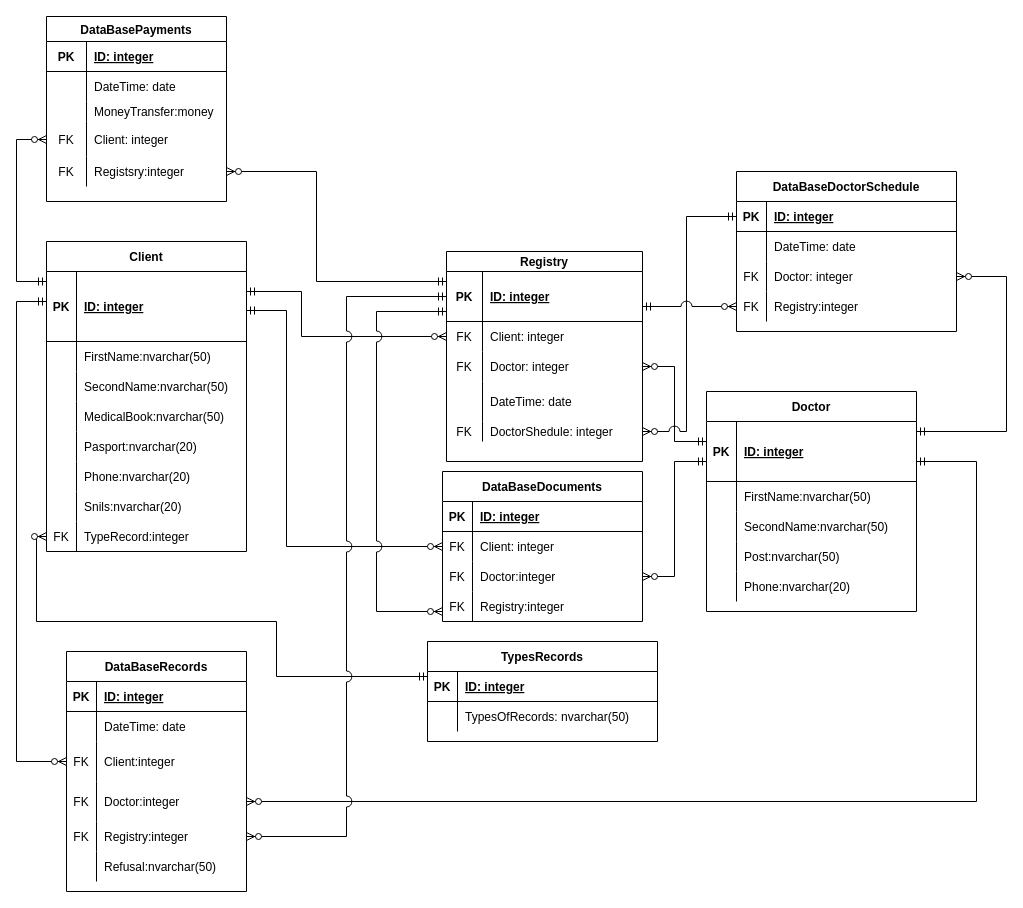
The draw.io diagram page "Страница 3" (3 of 3) of diagram.drawio in vlvsk/TechnologiiProg, before the edit. Source tidied: cells renumbered, new cells numbered last; positions are measured from the earlier drawing's top-left corner, leaving out a move shared by most shapes. Both pictures are drawn from the tidied source at 100%, with x=0, y=0 at pixel (16, 16).
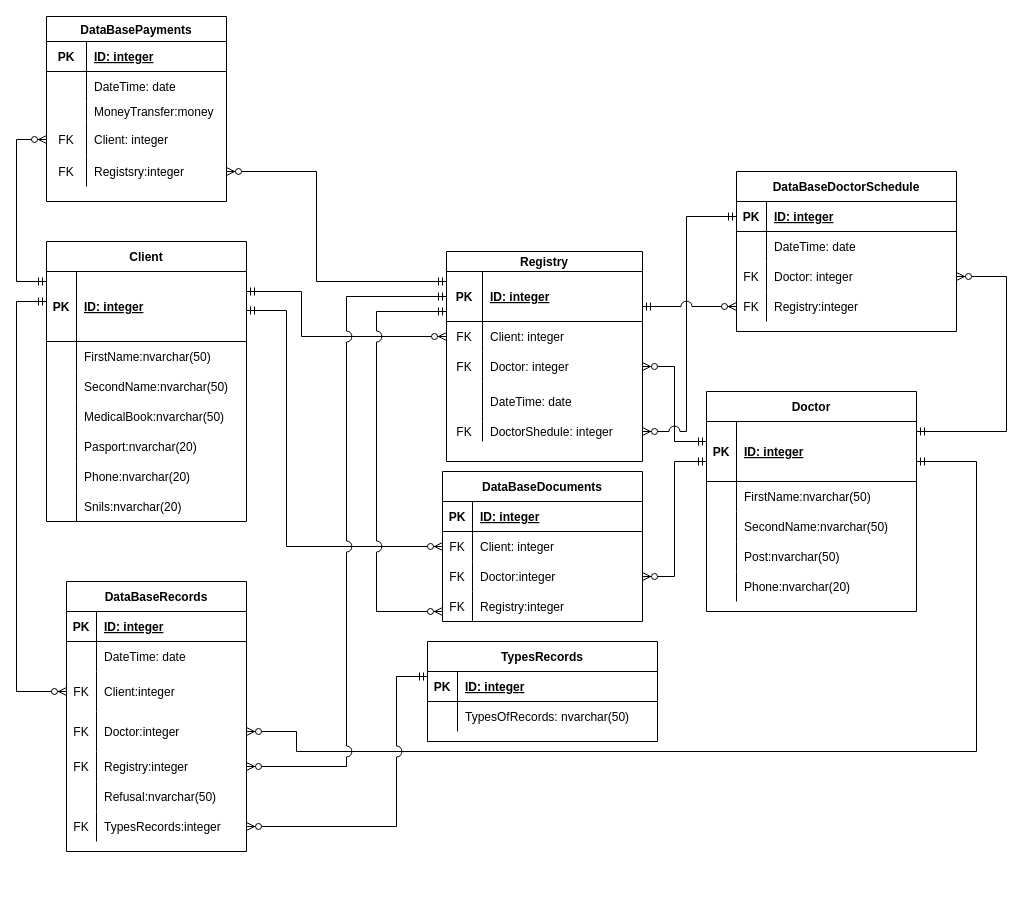
The same page after the edit.

Unchanged cells that the change refers to:
```xml
<mxCell id="3" style="shape=partialRectangle;fillColor=none;top=0;left=0;bottom=1;right=0;points=[[0,0.5],[1,0.5]];portConstraint=eastwest;" parent="2" vertex="1">
  <mxGeometry y="30" width="200" height="70" as="geometry" />
</mxCell>
<mxCell id="44" style="shape=partialRectangle;fillColor=none;top=0;left=0;bottom=1;right=0;points=[[0,0.5],[1,0.5]];portConstraint=eastwest;" parent="43" vertex="1">
  <mxGeometry y="30" width="210" height="60" as="geometry" />
</mxCell>
<mxCell id="66" style="shape=partialRectangle;fillColor=none;top=0;left=0;bottom=0;right=0;points=[[0,0.5],[1,0.5]];portConstraint=eastwest;" parent="59" vertex="1">
  <mxGeometry y="90" width="180" height="40" as="geometry" />
</mxCell>
<mxCell id="69" style="shape=partialRectangle;fillColor=none;top=0;left=0;bottom=0;right=0;points=[[0,0.5],[1,0.5]];portConstraint=eastwest;" parent="59" vertex="1">
  <mxGeometry y="130" width="180" height="40" as="geometry" />
</mxCell>
<mxCell id="121" style="shape=partialRectangle;fillColor=none;top=0;left=0;bottom=1;right=0;points=[[0,0.5],[1,0.5]];portConstraint=eastwest;" parent="120" vertex="1">
  <mxGeometry y="30" width="230" height="30" as="geometry" />
</mxCell>
```

Change to the diagram source:
```diff
@@
     <mxCell id="2" value="Client" style="shape=table;startSize=30;childLayout=tableLayout;rowLines=0;fontStyle=1;align=center;" parent="1" vertex="1">
-      <mxGeometry x="30" y="225" width="200" height="310" as="geometry" />
+      <mxGeometry x="30" y="225" width="200" height="280" as="geometry" />
     </mxCell>
@@
-    <mxCell id="24" style="shape=partialRectangle;fillColor=none;top=0;left=0;bottom=0;right=0;points=[[0,0.5],[1,0.5]];portConstraint=eastwest;" parent="2" vertex="1">
-      <mxGeometry y="280" width="200" height="30" as="geometry" />
-    </mxCell>
-    <mxCell id="25" value="FK" style="shape=partialRectangle;fillColor=none;top=0;left=0;bottom=0;right=0;overflow=hidden;" parent="24" vertex="1">
-      <mxGeometry width="30" height="30" as="geometry" />
-    </mxCell>
-    <mxCell id="26" value="TypeRecord:integer" style="shape=partialRectangle;fillColor=none;top=0;left=0;bottom=0;right=0;align=left;spacingLeft=6;overflow=hidden;" parent="24" vertex="1">
-      <mxGeometry x="30" width="170" height="30" as="geometry" />
-    </mxCell>
@@
     <mxCell id="59" value="DataBaseRecords" style="shape=table;startSize=30;childLayout=tableLayout;rowLines=0;fontStyle=1;align=center;" parent="1" vertex="1">
-      <mxGeometry x="50" y="635" width="180" height="240" as="geometry" />
+      <mxGeometry x="50" y="565" width="180" height="270" as="geometry" />
     </mxCell>
@@
+    <mxCell id="141" style="shape=partialRectangle;fillColor=none;top=0;left=0;bottom=0;right=0;points=[[0,0.5],[1,0.5]];portConstraint=eastwest;" parent="59" vertex="1">
+      <mxGeometry y="230" width="180" height="30" as="geometry" />
+    </mxCell>
+    <mxCell id="25" value="FK" style="shape=partialRectangle;fillColor=none;top=0;left=0;bottom=0;right=0;overflow=hidden;" parent="141" vertex="1">
+      <mxGeometry width="30" height="30" as="geometry" />
+    </mxCell>
+    <mxCell id="142" value="TypesRecords:integer" style="shape=partialRectangle;fillColor=none;top=0;left=0;bottom=0;right=0;align=left;spacingLeft=6;overflow=hidden;" parent="141" vertex="1">
+      <mxGeometry x="30" width="150" height="30" as="geometry" />
+    </mxCell>
@@
     <mxCell id="129" style="edgeStyle=orthogonalEdgeStyle;fontSize=12;html=1;endArrow=ERzeroToMany;startArrow=ERmandOne;rounded=0;" parent="1" edge="1" source="3" target="66">
       <mxGeometry relative="1" as="geometry">
         <Array as="points">
           <mxPoint y="285" />
-          <mxPoint y="745" />
+          <mxPoint y="675" />
         </Array>
       </mxGeometry>
     </mxCell>
     <mxCell id="130" style="edgeStyle=orthogonalEdgeStyle;fontSize=12;html=1;endArrow=ERzeroToMany;startArrow=ERmandOne;rounded=0;" parent="1" edge="1" source="44" target="69">
       <mxGeometry relative="1" as="geometry">
         <Array as="points">
           <mxPoint x="960" y="445" />
-          <mxPoint x="960" y="785" />
+          <mxPoint x="960" y="735" />
+          <mxPoint x="280" y="735" />
+          <mxPoint x="280" y="715" />
         </Array>
       </mxGeometry>
     </mxCell>
@@
-    <mxCell id="135" style="edgeStyle=orthogonalEdgeStyle;fontSize=12;html=1;endArrow=ERzeroToMany;startArrow=ERmandOne;rounded=0;entryX=0;entryY=0.5;entryDx=0;entryDy=0;" parent="1" edge="1" source="121" target="24">
+    <mxCell id="135" style="edgeStyle=orthogonalEdgeStyle;fontSize=12;html=1;endArrow=ERzeroToMany;startArrow=ERmandOne;rounded=0;jumpStyle=arc;jumpSize=11;" parent="1" edge="1" source="121" target="141">
       <mxGeometry relative="1" as="geometry">
         <Array as="points">
-          <mxPoint x="260" y="660" />
-          <mxPoint x="260" y="605" />
-          <mxPoint x="20" y="605" />
-          <mxPoint x="20" y="520" />
+          <mxPoint x="380" y="660" />
+          <mxPoint x="380" y="810" />
         </Array>
       </mxGeometry>
     </mxCell>
```
